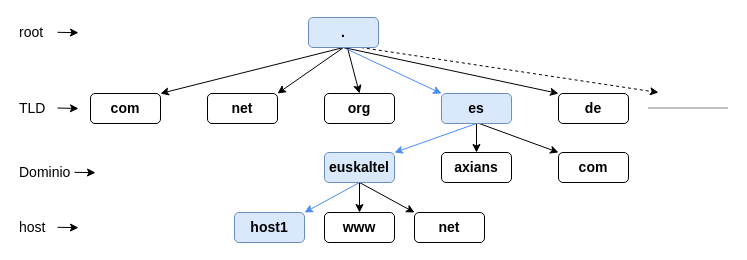
This is page "arbol dns" (5 of 5) of dns.drawio from danielzamo/trunk.files, a draw.io file, before an edit. Source tidied: cells renumbered, new cells numbered last; positions are measured from the earlier drawing's top-left corner, leaving out a move shared by most shapes. Both pictures are drawn from the tidied source at 100%, with x=0, y=0 at pixel (17, 17).
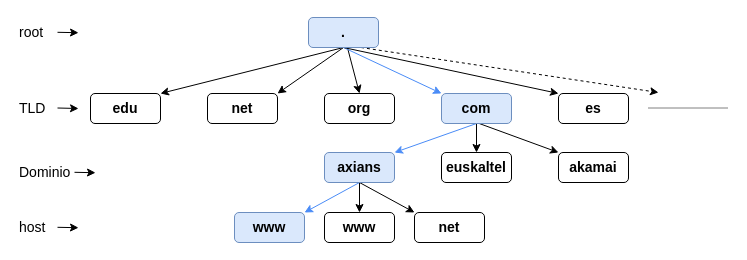
The same diagram, later.

What changed in the source:
```diff
@@
-    <mxCell id="9" value="com" style="rounded=1;whiteSpace=wrap;html=1;fontSize=14;fontStyle=1;" parent="1" vertex="1">
+    <mxCell id="9" value="edu" style="rounded=1;whiteSpace=wrap;html=1;fontSize=14;fontStyle=1;" parent="1" vertex="1">
       <mxGeometry x="73" y="76" width="70" height="30" as="geometry" />
     </mxCell>
-    <mxCell id="10" value="de" style="rounded=1;whiteSpace=wrap;html=1;fontSize=14;fontStyle=1;" parent="1" vertex="1">
+    <mxCell id="10" value="es" style="rounded=1;whiteSpace=wrap;html=1;fontSize=14;fontStyle=1;" parent="1" vertex="1">
       <mxGeometry x="541" y="76" width="70" height="30" as="geometry" />
     </mxCell>
@@
-    <mxCell id="14" value="es" style="rounded=1;whiteSpace=wrap;html=1;fontSize=14;fontStyle=1;fillColor=#dae8fc;strokeColor=#6c8ebf;" parent="1" vertex="1">
+    <mxCell id="14" value="com" style="rounded=1;whiteSpace=wrap;html=1;fontSize=14;fontStyle=1;fillColor=#dae8fc;strokeColor=#6c8ebf;" parent="1" vertex="1">
       <mxGeometry x="424" y="76" width="70" height="30" as="geometry" />
     </mxCell>
@@
-    <mxCell id="22" value="host1" style="rounded=1;whiteSpace=wrap;html=1;fontSize=14;fontStyle=1;fillColor=#dae8fc;strokeColor=#6c8ebf;" parent="1" vertex="1">
+    <mxCell id="22" value="www" style="rounded=1;whiteSpace=wrap;html=1;fontSize=14;fontStyle=1;fillColor=#dae8fc;strokeColor=#6c8ebf;" parent="1" vertex="1">
       <mxGeometry x="217" y="195" width="70" height="30" as="geometry" />
     </mxCell>
-    <mxCell id="23" value="com" style="rounded=1;whiteSpace=wrap;html=1;fontSize=14;fontStyle=1;" parent="1" vertex="1">
+    <mxCell id="23" value="akamai" style="rounded=1;whiteSpace=wrap;html=1;fontSize=14;fontStyle=1;" parent="1" vertex="1">
       <mxGeometry x="541" y="135" width="70" height="30" as="geometry" />
     </mxCell>
-    <mxCell id="24" value="axians" style="rounded=1;whiteSpace=wrap;html=1;fontSize=14;fontStyle=1;" parent="1" vertex="1">
+    <mxCell id="24" value="euskaltel" style="rounded=1;whiteSpace=wrap;html=1;fontSize=14;fontStyle=1;" parent="1" vertex="1">
       <mxGeometry x="424" y="135" width="70" height="30" as="geometry" />
     </mxCell>
@@
-    <mxCell id="28" value="euskaltel" style="rounded=1;whiteSpace=wrap;html=1;fontSize=14;fontStyle=1;fillColor=#dae8fc;strokeColor=#6c8ebf;" parent="1" vertex="1">
+    <mxCell id="28" value="axians" style="rounded=1;whiteSpace=wrap;html=1;fontSize=14;fontStyle=1;fillColor=#dae8fc;strokeColor=#6c8ebf;" parent="1" vertex="1">
       <mxGeometry x="307" y="135" width="70" height="30" as="geometry" />
     </mxCell>
```
